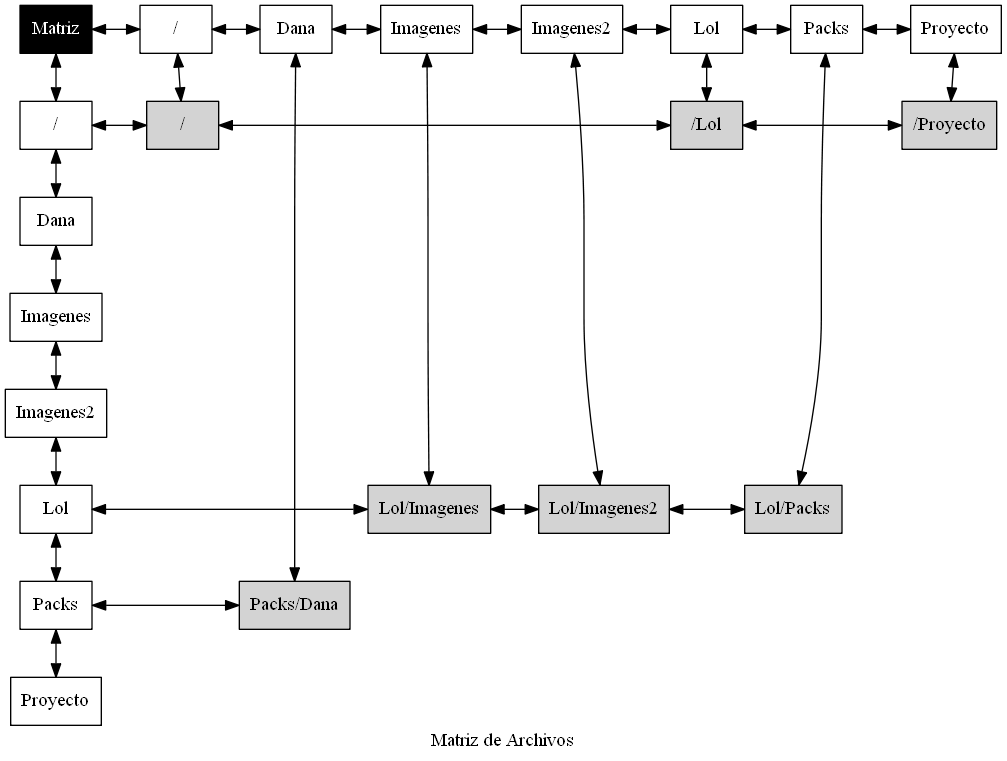
The Graphviz diagram Proyecto2_2/build/classes/Reportes/matriz.png in Douglas-Martinez/EDD_2S2019_PY2_201603168, before a commit. Its source is kept beside it as Proyecto2_2/build/classes/Reportes/matriz.dot.
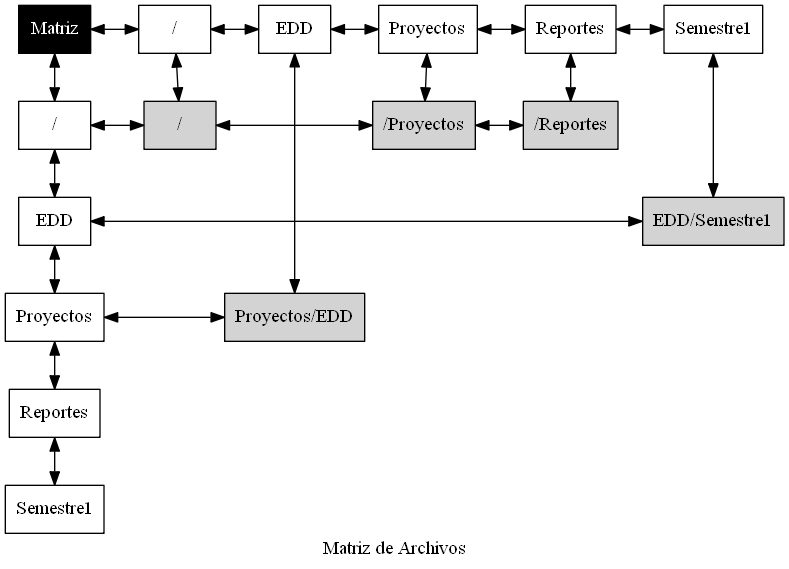
Above is the later version.

The edit, as a diff of the source:
```diff
@@ -8,67 +8,51 @@
 
 	0001000[label="Matriz", style="filled", fontcolor="white", color="black"];
 
-	183264084[label="/", style="solid"];
-	476402209[label="Dana", style="solid"];
-	1490180672[label="Imagenes", style="solid"];
-	460332449[label="Imagenes2", style="solid"];
-	1919892312[label="Lol", style="solid"];
-	1143839598[label="Packs", style="solid"];
-	250075633[label="Proyecto", style="solid"];
+	2075122755[label="/", style="solid"];
+	962356381[label="EDD", style="solid"];
+	1915891733[label="Proyectos", style="solid"];
+	463878079[label="Reportes", style="solid"];
+	518958412[label="Semestre1", style="solid"];
 
-	358699161[label="/", style="solid"];
-	517938326[label="Dana", style="solid"];
-	914424520[label="Imagenes", style="solid"];
-	110718392[label="Imagenes2", style="solid"];
-	425918570[label="Lol", style="solid"];
-	2143192188[label="Packs", style="solid"];
-	1100439041[label="Proyecto", style="solid"];
+	1154239104[label="/", style="solid"];
+	664631444[label="EDD", style="solid"];
+	221030423[label="Proyectos", style="solid"];
+	1715728435[label="Reportes", style="solid"];
+	1081945649[label="Semestre1", style="solid"];
 
-	204349222[label="/", style="filled"];
-	231685785[label="/Lol", style="filled"];
-	114935352[label="/Proyecto", style="filled"];
-	2110121908[label="Lol/Imagenes", style="filled"];
-	32374789[label="Lol/Imagenes2", style="filled"];
-	1973538135[label="Lol/Packs", style="filled"];
-	1023487453[label="Packs/Dana", style="filled"];
+	216577906[label="/", style="filled"];
+	1684851432[label="/Proyectos", style="filled"];
+	500661310[label="/Reportes", style="filled"];
+	888325395[label="EDD/Semestre1", style="filled"];
+	2112399320[label="Proyectos/EDD", style="filled"];
 
-	0001000 -> 183264084[dir=both];
-	183264084 -> 476402209[dir=both];
-	476402209 -> 1490180672[dir=both];
-	1490180672 -> 460332449[dir=both];
-	460332449 -> 1919892312[dir=both];
-	1919892312 -> 1143839598[dir=both];
-	1143839598 -> 250075633[dir=both];
+	0001000 -> 2075122755[dir=both];
+	2075122755 -> 962356381[dir=both];
+	962356381 -> 1915891733[dir=both];
+	1915891733 -> 463878079[dir=both];
+	463878079 -> 518958412[dir=both];
 
-	0001000 -> 358699161[dir=both];
-	358699161 -> 517938326[dir=both];
-	517938326 -> 914424520[dir=both];
-	914424520 -> 110718392[dir=both];
-	110718392 -> 425918570[dir=both];
-	425918570 -> 2143192188[dir=both];
-	2143192188 -> 1100439041[dir=both];
+	0001000 -> 1154239104[dir=both];
+	1154239104 -> 664631444[dir=both];
+	664631444 -> 221030423[dir=both];
+	221030423 -> 1715728435[dir=both];
+	1715728435 -> 1081945649[dir=both];
 
-	183264084 -> 204349222[dir=both];
-	476402209 -> 1023487453[dir=both];
-	1490180672 -> 2110121908[dir=both];
-	460332449 -> 32374789[dir=both];
-	1919892312 -> 231685785[dir=both];
-	1143839598 -> 1973538135[dir=both];
-	250075633 -> 114935352[dir=both];
+	2075122755 -> 216577906[dir=both];
+	962356381 -> 2112399320[dir=both];
+	1915891733 -> 1684851432[dir=both];
+	463878079 -> 500661310[dir=both];
+	518958412 -> 888325395[dir=both];
 
-	358699161 -> 204349222[constraint=false, dir=both];
-	204349222 -> 231685785[contraint=false, dir=both];
-	231685785 -> 114935352[contraint=false, dir=both];
-	425918570 -> 2110121908[constraint=false, dir=both];
-	2110121908 -> 32374789[contraint=false, dir=both];
-	32374789 -> 1973538135[contraint=false, dir=both];
-	2143192188 -> 1023487453[constraint=false, dir=both];
-	{ rank=same; 0001000; 183264084; 476402209; 1490180672; 460332449; 1919892312; 1143839598; 250075633;  }
-	{ rank=same; 358699161; 204349222; 231685785; 114935352; }
-	{ rank=same; 517938326; }
-	{ rank=same; 914424520; }
-	{ rank=same; 110718392; }
-	{ rank=same; 425918570; 2110121908; 32374789; 1973538135; }
-	{ rank=same; 2143192188; 1023487453; }
-	{ rank=same; 1100439041; }
+	1154239104 -> 216577906[constraint=false, dir=both];
+	216577906 -> 1684851432[contraint=false, dir=both];
+	1684851432 -> 500661310[contraint=false, dir=both];
+	664631444 -> 888325395[constraint=false, dir=both];
+	221030423 -> 2112399320[constraint=false, dir=both];
+	{ rank=same; 0001000; 2075122755; 962356381; 1915891733; 463878079; 518958412;  }
+	{ rank=same; 1154239104; 216577906; 1684851432; 500661310; }
+	{ rank=same; 664631444; 888325395; }
+	{ rank=same; 221030423; 2112399320; }
+	{ rank=same; 1715728435; }
+	{ rank=same; 1081945649; }
 	label = "Matriz de Archivos"}
```
